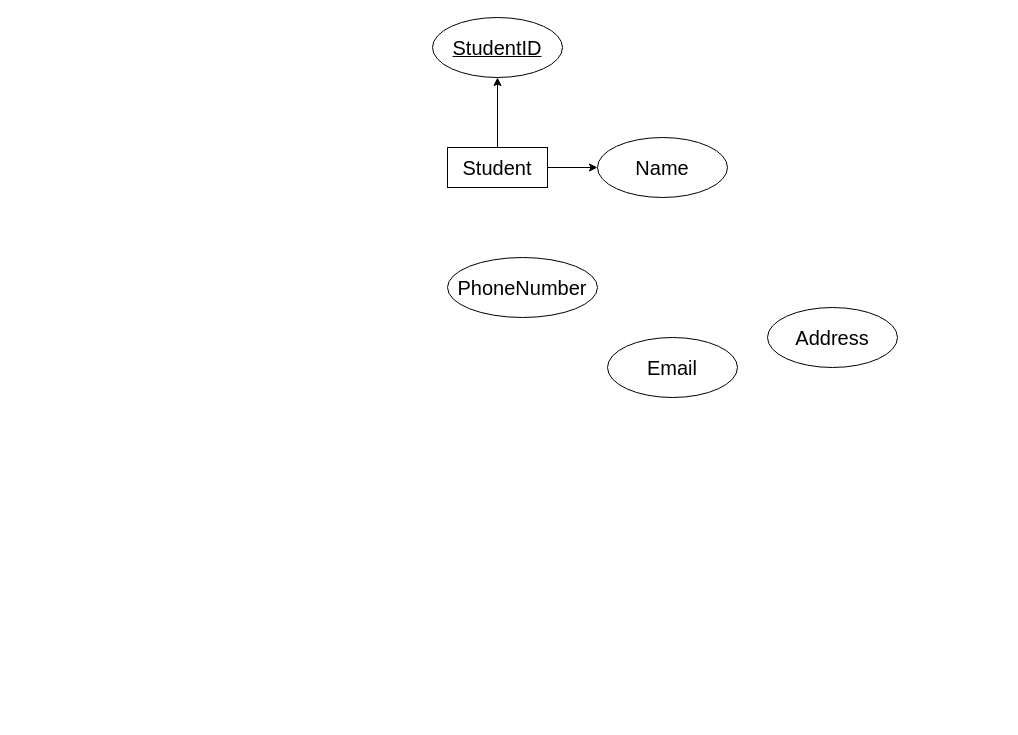
Before: Untitled Diagram.drawio in Katt9/Database-Design-for-Information-Organizations, a draw.io diagram. Source tidied: cells renumbered, new cells numbered last; positions are measured from the earlier drawing's top-left corner, leaving out a move shared by most shapes. Both pictures are drawn from the tidied source at 100%, with x=0, y=0 at pixel (432, 17).
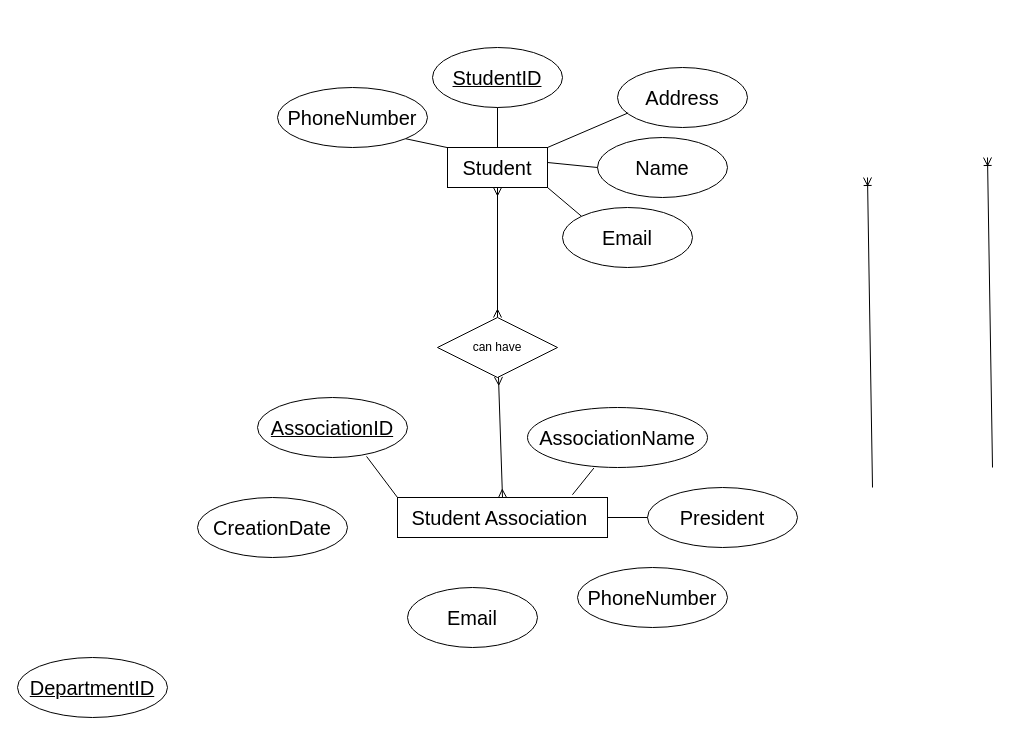
After the change.

Unchanged cells that the change refers to:
```xml
<mxCell id="4" value="&lt;font style=&quot;font-size: 20px;&quot;&gt;Student&lt;/font&gt;" style="whiteSpace=wrap;html=1;align=center;" parent="1" vertex="1">
  <mxGeometry x="15" y="130" width="100" height="40" as="geometry" />
</mxCell>
<mxCell id="5" value="&lt;font style=&quot;font-size: 20px;&quot;&gt;Name&lt;/font&gt;" style="ellipse;whiteSpace=wrap;html=1;align=center;" parent="1" vertex="1">
  <mxGeometry x="165" y="120" width="130" height="60" as="geometry" />
</mxCell>
```

Diff of the diagram source:
```diff
@@
-    <mxCell id="2" style="edgeStyle=orthogonalEdgeStyle;rounded=0;jettySize=auto;html=1;" parent="1" edge="1" source="4" target="6">
-      <mxGeometry relative="1" as="geometry" />
-    </mxCell>
-    <mxCell id="3" style="edgeStyle=orthogonalEdgeStyle;rounded=0;jettySize=auto;html=1;" parent="1" edge="1" source="4" target="5">
-      <mxGeometry relative="1" as="geometry" />
-    </mxCell>
@@
     <mxCell id="6" value="&lt;font style=&quot;font-size: 20px;&quot;&gt;StudentID&lt;/font&gt;" style="ellipse;whiteSpace=wrap;html=1;align=center;fontStyle=4;" parent="1" vertex="1">
-      <mxGeometry width="130" height="60" as="geometry" />
+      <mxGeometry y="30" width="130" height="60" as="geometry" />
     </mxCell>
     <mxCell id="7" value="&lt;font style=&quot;font-size: 20px;&quot;&gt;PhoneNumber&lt;/font&gt;" style="ellipse;whiteSpace=wrap;html=1;align=center;" parent="1" vertex="1">
-      <mxGeometry x="15" y="240" width="150" height="60" as="geometry" />
+      <mxGeometry x="-155" y="70" width="150" height="60" as="geometry" />
     </mxCell>
     <mxCell id="8" value="&lt;font style=&quot;font-size: 20px;&quot;&gt;Address&lt;/font&gt;" style="ellipse;whiteSpace=wrap;html=1;align=center;" parent="1" vertex="1">
-      <mxGeometry x="335" y="290" width="130" height="60" as="geometry" />
+      <mxGeometry x="185" y="50" width="130" height="60" as="geometry" />
     </mxCell>
     <mxCell id="9" value="&lt;font style=&quot;font-size: 20px;&quot;&gt;Email&lt;/font&gt;" style="ellipse;whiteSpace=wrap;html=1;align=center;" parent="1" vertex="1">
-      <mxGeometry x="175" y="320" width="130" height="60" as="geometry" />
+      <mxGeometry x="130" y="190" width="130" height="60" as="geometry" />
     </mxCell>
+    <mxCell id="10" value="&lt;font style=&quot;font-size: 20px;&quot;&gt;AssociationID&lt;/font&gt;" style="ellipse;whiteSpace=wrap;html=1;align=center;fontStyle=4;" parent="1" vertex="1">
+      <mxGeometry x="-175" y="380" width="150" height="60" as="geometry" />
+    </mxCell>
+    <mxCell id="11" value="&lt;font style=&quot;font-size: 20px;&quot;&gt;DepartmentID&lt;/font&gt;" style="ellipse;whiteSpace=wrap;html=1;align=center;fontStyle=4;" parent="1" vertex="1">
+      <mxGeometry x="-415" y="640" width="150" height="60" as="geometry" />
+    </mxCell>
+    <mxCell id="12" style="endArrow=none;html=1;rounded=0;entryX=0.082;entryY=0.757;entryDx=0;entryDy=0;entryPerimeter=0;" parent="1" edge="1" target="8">
+      <mxGeometry relative="1" as="geometry">
+        <mxPoint x="115" y="130" as="sourcePoint" />
+      </mxGeometry>
+    </mxCell>
+    <mxCell id="2" style="endArrow=none;html=1;rounded=0;entryX=0.5;entryY=1;entryDx=0;entryDy=0;exitX=0.5;exitY=0;exitDx=0;exitDy=0;" parent="1" edge="1" source="4" target="6">
+      <mxGeometry relative="1" as="geometry" />
+    </mxCell>
+    <mxCell id="13" style="endArrow=none;html=1;rounded=0;entryX=0;entryY=0.5;entryDx=0;entryDy=0;" parent="1" edge="1" target="5">
+      <mxGeometry relative="1" as="geometry">
+        <mxPoint x="115" y="145" as="sourcePoint" />
+      </mxGeometry>
+    </mxCell>
+    <mxCell id="14" style="endArrow=none;html=1;rounded=0;entryX=0;entryY=0;entryDx=0;entryDy=0;" parent="1" edge="1" target="9">
+      <mxGeometry relative="1" as="geometry">
+        <mxPoint x="115" y="170" as="sourcePoint" />
+      </mxGeometry>
+    </mxCell>
+    <mxCell id="15" style="endArrow=none;html=1;rounded=0;entryX=1;entryY=1;entryDx=0;entryDy=0;" parent="1" edge="1" target="7">
+      <mxGeometry relative="1" as="geometry">
+        <mxPoint x="14.5" y="130" as="sourcePoint" />
+      </mxGeometry>
+    </mxCell>
+    <mxCell id="16" value="&lt;font style=&quot;font-size: 20px;&quot;&gt;Student Association&amp;nbsp;&lt;/font&gt;" style="whiteSpace=wrap;html=1;align=center;" parent="1" vertex="1">
+      <mxGeometry x="-35" y="480" width="210" height="40" as="geometry" />
+    </mxCell>
+    <mxCell id="17" style="fontSize=12;html=1;endArrow=ERoneToMany;rounded=0;exitX=0.5;exitY=0;exitDx=0;exitDy=0;entryX=0.5;entryY=1;entryDx=0;entryDy=0;" parent="1" edge="1">
+      <mxGeometry relative="1" as="geometry">
+        <mxPoint x="560" y="450" as="sourcePoint" />
+        <mxPoint x="555" y="140" as="targetPoint" />
+      </mxGeometry>
+    </mxCell>
+    <mxCell id="18" value="&lt;font style=&quot;font-size: 20px;&quot;&gt;PhoneNumber&lt;/font&gt;" style="ellipse;whiteSpace=wrap;html=1;align=center;" parent="1" vertex="1">
+      <mxGeometry x="145" y="550" width="150" height="60" as="geometry" />
+    </mxCell>
+    <mxCell id="19" value="&lt;font style=&quot;font-size: 20px;&quot;&gt;Email&lt;/font&gt;" style="ellipse;whiteSpace=wrap;html=1;align=center;" parent="1" vertex="1">
+      <mxGeometry x="-25" y="570" width="130" height="60" as="geometry" />
+    </mxCell>
+    <mxCell id="20" style="fontSize=12;html=1;endArrow=ERoneToMany;rounded=0;exitX=0.5;exitY=0;exitDx=0;exitDy=0;entryX=0.5;entryY=1;entryDx=0;entryDy=0;" parent="1" edge="1">
+      <mxGeometry relative="1" as="geometry">
+        <mxPoint x="440" y="470" as="sourcePoint" />
+        <mxPoint x="435" y="160" as="targetPoint" />
+      </mxGeometry>
+    </mxCell>
+    <mxCell id="21" style="fontSize=12;html=1;endArrow=ERmany;startArrow=ERmany;rounded=0;exitX=0.5;exitY=0;exitDx=0;exitDy=0;" parent="1" edge="1" source="23">
+      <mxGeometry relative="1" as="geometry">
+        <mxPoint x="65" y="170" as="targetPoint" />
+      </mxGeometry>
+    </mxCell>
+    <mxCell id="22" style="fontSize=12;html=1;endArrow=ERmany;startArrow=ERmany;rounded=0;exitX=0.5;exitY=0;exitDx=0;exitDy=0;" parent="1" edge="1" source="16" target="23">
+      <mxGeometry relative="1" as="geometry" />
+    </mxCell>
+    <mxCell id="23" value="can have" style="shape=rhombus;perimeter=rhombusPerimeter;whiteSpace=wrap;html=1;align=center;" parent="1" vertex="1">
+      <mxGeometry x="5" y="300" width="120" height="60" as="geometry" />
+    </mxCell>
+    <mxCell id="24" value="&lt;font style=&quot;font-size: 20px;&quot;&gt;President&lt;/font&gt;" style="ellipse;whiteSpace=wrap;html=1;align=center;" parent="1" vertex="1">
+      <mxGeometry x="215" y="470" width="150" height="60" as="geometry" />
+    </mxCell>
+    <mxCell id="25" value="&lt;font style=&quot;font-size: 20px;&quot;&gt;CreationDate&lt;/font&gt;" style="ellipse;whiteSpace=wrap;html=1;align=center;" parent="1" vertex="1">
+      <mxGeometry x="-235" y="480" width="150" height="60" as="geometry" />
+    </mxCell>
+    <mxCell id="26" value="&lt;font style=&quot;font-size: 20px;&quot;&gt;AssociationName&lt;/font&gt;" style="ellipse;whiteSpace=wrap;html=1;align=center;" parent="1" vertex="1">
+      <mxGeometry x="95" y="390" width="180" height="60" as="geometry" />
+    </mxCell>
+    <mxCell id="27" style="endArrow=none;html=1;rounded=0;entryX=0.727;entryY=0.982;entryDx=0;entryDy=0;entryPerimeter=0;exitX=0;exitY=0;exitDx=0;exitDy=0;" parent="1" edge="1" source="16" target="10">
+      <mxGeometry relative="1" as="geometry" />
+    </mxCell>
+    <mxCell id="28" style="endArrow=none;html=1;rounded=0;entryX=0.369;entryY=1.009;entryDx=0;entryDy=0;entryPerimeter=0;exitX=0.833;exitY=-0.069;exitDx=0;exitDy=0;exitPerimeter=0;" parent="1" edge="1" source="16" target="26">
+      <mxGeometry relative="1" as="geometry" />
+    </mxCell>
+    <mxCell id="29" style="endArrow=none;html=1;rounded=0;entryX=1;entryY=0.5;entryDx=0;entryDy=0;exitX=0;exitY=0.5;exitDx=0;exitDy=0;" parent="1" edge="1" source="24" target="16">
+      <mxGeometry relative="1" as="geometry" />
+    </mxCell>
```
